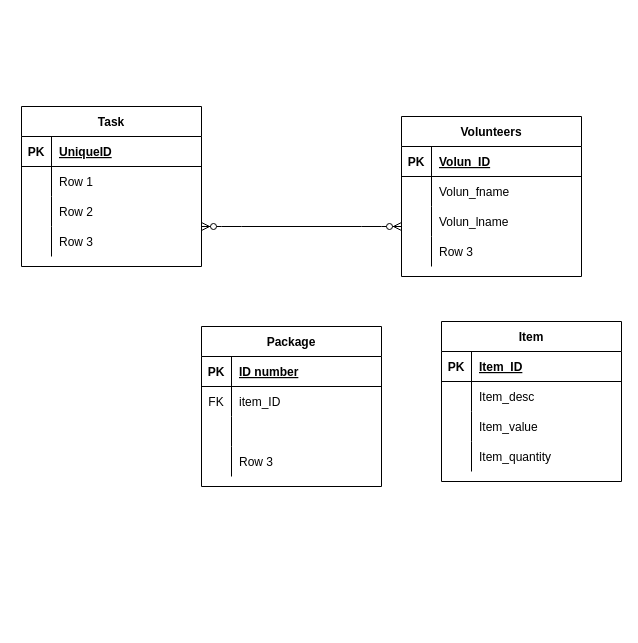
Before: Untitled Diagram.drawio in Tracey1217/Database-ERD-Team-Project, a draw.io diagram. Source tidied: cells renumbered, new cells numbered last; positions are measured from the earlier drawing's top-left corner, leaving out a move shared by most shapes. Both pictures are drawn from the tidied source at 100%, with x=0, y=0 at pixel (21, 106).
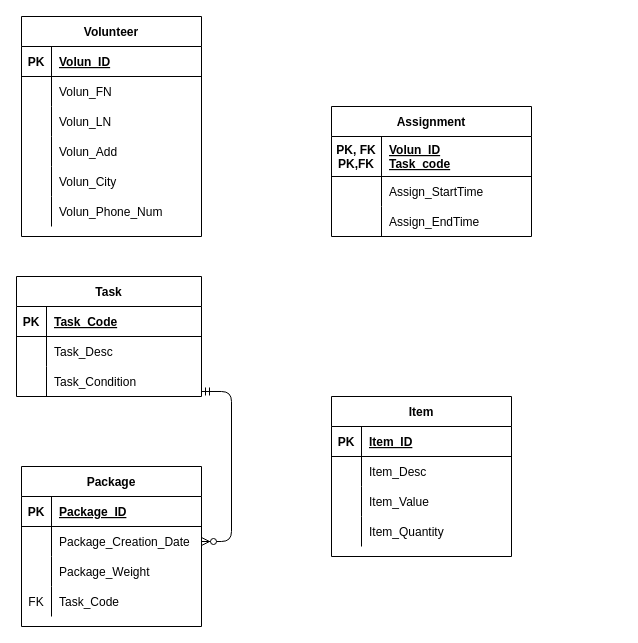
Above is the later version.

The change refers to these unchanged cells:
```xml
<mxCell id="6" style="shape=partialRectangle;fillColor=none;top=0;left=0;bottom=0;right=0;" parent="2" vertex="1">
  <mxGeometry y="60" width="180" height="30" as="geometry" />
</mxCell>
<mxCell id="9" style="shape=partialRectangle;fillColor=none;top=0;left=0;bottom=0;right=0;" parent="2" vertex="1">
  <mxGeometry y="90" width="180" height="30" as="geometry" />
</mxCell>
<mxCell id="12" style="shape=partialRectangle;fillColor=none;top=0;left=0;bottom=0;right=0;" parent="2" vertex="1">
  <mxGeometry y="120" width="180" height="30" as="geometry" />
</mxCell>
<mxCell id="29" style="shape=partialRectangle;fillColor=none;top=0;left=0;bottom=1;right=0;" parent="28" vertex="1">
  <mxGeometry y="30" width="180" height="30" as="geometry" />
</mxCell>
<mxCell id="32" style="shape=partialRectangle;fillColor=none;top=0;left=0;bottom=0;right=0;points=[[0,0.5],[1,0.5]];portConstraint=eastwest;" parent="28" vertex="1">
  <mxGeometry y="60" width="180" height="30" as="geometry" />
</mxCell>
<mxCell id="35" style="shape=partialRectangle;fillColor=none;top=0;left=0;bottom=0;right=0;" parent="28" vertex="1">
  <mxGeometry y="90" width="180" height="30" as="geometry" />
</mxCell>
<mxCell id="38" style="shape=partialRectangle;fillColor=none;top=0;left=0;bottom=0;right=0;" parent="28" vertex="1">
  <mxGeometry y="120" width="180" height="30" as="geometry" />
</mxCell>
<mxCell id="46" style="shape=partialRectangle;fillColor=none;top=0;left=0;bottom=0;right=0;" parent="42" vertex="1">
  <mxGeometry y="60" width="180" height="30" as="geometry" />
</mxCell>
<mxCell id="49" style="shape=partialRectangle;fillColor=none;top=0;left=0;bottom=0;right=0;" parent="42" vertex="1">
  <mxGeometry y="90" width="180" height="30" as="geometry" />
</mxCell>
<mxCell id="52" style="shape=partialRectangle;fillColor=none;top=0;left=0;bottom=0;right=0;" parent="42" vertex="1">
  <mxGeometry y="120" width="180" height="30" as="geometry" />
</mxCell>
```

Change to the diagram source:
```diff
@@
-    <mxCell id="2" value="Volunteers" style="shape=table;startSize=30;childLayout=tableLayout;rowLines=0;fontStyle=1;align=center;" parent="1" vertex="1">
-      <mxGeometry x="380" y="10" width="180" height="160" as="geometry" />
+    <mxCell id="2" value="Volunteer" style="shape=table;startSize=30;childLayout=tableLayout;rowLines=0;fontStyle=1;align=center;" parent="1" vertex="1">
+      <mxGeometry y="-90" width="180" height="220" as="geometry" />
     </mxCell>
@@
-    <mxCell id="8" value="Volun_fname" style="shape=partialRectangle;fillColor=none;top=0;left=0;bottom=0;right=0;align=left;spacingLeft=6;overflow=hidden;" parent="6" vertex="1">
+    <mxCell id="8" value="Volun_FN" style="shape=partialRectangle;fillColor=none;top=0;left=0;bottom=0;right=0;align=left;spacingLeft=6;overflow=hidden;" parent="6" vertex="1">
       <mxGeometry x="30" width="150" height="30" as="geometry" />
     </mxCell>
@@
-    <mxCell id="11" value="Volun_lname" style="shape=partialRectangle;fillColor=none;top=0;left=0;bottom=0;right=0;align=left;spacingLeft=6;overflow=hidden;" parent="9" vertex="1">
+    <mxCell id="11" value="Volun_LN" style="shape=partialRectangle;fillColor=none;top=0;left=0;bottom=0;right=0;align=left;spacingLeft=6;overflow=hidden;" parent="9" vertex="1">
       <mxGeometry x="30" width="150" height="30" as="geometry" />
     </mxCell>
@@
-    <mxCell id="14" value="Row 3" style="shape=partialRectangle;fillColor=none;top=0;left=0;bottom=0;right=0;align=left;spacingLeft=6;overflow=hidden;" parent="12" vertex="1">
+    <mxCell id="14" value="Volun_Add" style="shape=partialRectangle;fillColor=none;top=0;left=0;bottom=0;right=0;align=left;spacingLeft=6;overflow=hidden;" parent="12" vertex="1">
       <mxGeometry x="30" width="150" height="30" as="geometry" />
     </mxCell>
+    <mxCell id="55" style="shape=partialRectangle;fillColor=none;top=0;left=0;bottom=0;right=0;" parent="2" vertex="1">
+      <mxGeometry y="150" width="180" height="30" as="geometry" />
+    </mxCell>
+    <mxCell id="56" style="shape=partialRectangle;fillColor=none;top=0;left=0;bottom=0;right=0;overflow=hidden;" parent="55" vertex="1">
+      <mxGeometry width="30" height="30" as="geometry" />
+    </mxCell>
+    <mxCell id="57" value="Volun_City" style="shape=partialRectangle;fillColor=none;top=0;left=0;bottom=0;right=0;align=left;spacingLeft=6;overflow=hidden;" parent="55" vertex="1">
+      <mxGeometry x="30" width="150" height="30" as="geometry" />
+    </mxCell>
+    <mxCell id="58" style="shape=partialRectangle;fillColor=none;top=0;left=0;bottom=0;right=0;" parent="2" vertex="1">
+      <mxGeometry y="180" width="180" height="30" as="geometry" />
+    </mxCell>
+    <mxCell id="59" style="shape=partialRectangle;fillColor=none;top=0;left=0;bottom=0;right=0;overflow=hidden;" parent="58" vertex="1">
+      <mxGeometry width="30" height="30" as="geometry" />
+    </mxCell>
+    <mxCell id="60" value="Volun_Phone_Num" style="shape=partialRectangle;fillColor=none;top=0;left=0;bottom=0;right=0;align=left;spacingLeft=6;overflow=hidden;" parent="58" vertex="1">
+      <mxGeometry x="30" width="150" height="30" as="geometry" />
+    </mxCell>
     <mxCell id="15" value="Task" style="shape=table;startSize=30;childLayout=tableLayout;rowLines=0;fontStyle=1;align=center;strokeColor=#000000;" parent="1" vertex="1">
-      <mxGeometry width="180" height="160" as="geometry" />
+      <mxGeometry x="-5" y="170" width="185" height="120" as="geometry" />
     </mxCell>
     <mxCell id="16" style="shape=partialRectangle;fillColor=none;top=0;left=0;bottom=1;right=0;" parent="15" vertex="1">
-      <mxGeometry y="30" width="180" height="30" as="geometry" />
+      <mxGeometry y="30" width="185" height="30" as="geometry" />
     </mxCell>
@@
-    <mxCell id="18" value="UniqueID" style="shape=partialRectangle;fillColor=none;top=0;left=0;bottom=0;right=0;align=left;spacingLeft=6;fontStyle=5;overflow=hidden;" parent="16" vertex="1">
-      <mxGeometry x="30" width="150" height="30" as="geometry" />
+    <mxCell id="18" value="Task_Code" style="shape=partialRectangle;fillColor=none;top=0;left=0;bottom=0;right=0;align=left;spacingLeft=6;fontStyle=5;overflow=hidden;" parent="16" vertex="1">
+      <mxGeometry x="30" width="155" height="30" as="geometry" />
     </mxCell>
     <mxCell id="19" style="shape=partialRectangle;fillColor=none;top=0;left=0;bottom=0;right=0;" parent="15" vertex="1">
-      <mxGeometry y="60" width="180" height="30" as="geometry" />
+      <mxGeometry y="60" width="185" height="30" as="geometry" />
     </mxCell>
@@
-    <mxCell id="21" value="Row 1" style="shape=partialRectangle;fillColor=none;top=0;left=0;bottom=0;right=0;align=left;spacingLeft=6;overflow=hidden;" parent="19" vertex="1">
-      <mxGeometry x="30" width="150" height="30" as="geometry" />
+    <mxCell id="21" value="Task_Desc" style="shape=partialRectangle;fillColor=none;top=0;left=0;bottom=0;right=0;align=left;spacingLeft=6;overflow=hidden;" parent="19" vertex="1">
+      <mxGeometry x="30" width="155" height="30" as="geometry" />
     </mxCell>
-    <mxCell id="22" style="shape=partialRectangle;fillColor=none;top=0;left=0;bottom=0;right=0;" parent="15" vertex="1">
-      <mxGeometry y="90" width="180" height="30" as="geometry" />
-    </mxCell>
-    <mxCell id="23" style="shape=partialRectangle;fillColor=none;top=0;left=0;bottom=0;right=0;overflow=hidden;" parent="22" vertex="1">
-      <mxGeometry width="30" height="30" as="geometry" />
-    </mxCell>
-    <mxCell id="24" value="Row 2" style="shape=partialRectangle;fillColor=none;top=0;left=0;bottom=0;right=0;align=left;spacingLeft=6;overflow=hidden;" parent="22" vertex="1">
-      <mxGeometry x="30" width="150" height="30" as="geometry" />
-    </mxCell>
-    <mxCell id="25" style="shape=partialRectangle;fillColor=none;top=0;left=0;bottom=0;right=0;" parent="15" vertex="1">
-      <mxGeometry y="120" width="180" height="30" as="geometry" />
-    </mxCell>
-    <mxCell id="26" style="shape=partialRectangle;fillColor=none;top=0;left=0;bottom=0;right=0;overflow=hidden;" parent="25" vertex="1">
-      <mxGeometry width="30" height="30" as="geometry" />
-    </mxCell>
-    <mxCell id="27" value="Row 3" style="shape=partialRectangle;fillColor=none;top=0;left=0;bottom=0;right=0;align=left;spacingLeft=6;overflow=hidden;" parent="25" vertex="1">
-      <mxGeometry x="30" width="150" height="30" as="geometry" />
-    </mxCell>
+    <mxCell id="61" style="shape=partialRectangle;fillColor=none;top=0;left=0;bottom=0;right=0;points=[[0,0.5],[1,0.5]];portConstraint=eastwest;" parent="15" vertex="1">
+      <mxGeometry y="90" width="185" height="30" as="geometry" />
+    </mxCell>
+    <mxCell id="62" style="shape=partialRectangle;fillColor=none;top=0;left=0;bottom=0;right=0;overflow=hidden;" parent="61" vertex="1">
+      <mxGeometry width="30" height="30" as="geometry" />
+    </mxCell>
+    <mxCell id="63" value="Task_Condition" style="shape=partialRectangle;fillColor=none;top=0;left=0;bottom=0;right=0;align=left;spacingLeft=6;overflow=hidden;" parent="61" vertex="1">
+      <mxGeometry x="30" width="155" height="30" as="geometry" />
+    </mxCell>
     <mxCell id="28" value="Package" style="shape=table;startSize=30;childLayout=tableLayout;rowLines=0;fontStyle=1;align=center;strokeColor=#000000;" parent="1" vertex="1">
-      <mxGeometry x="180" y="220" width="180" height="160" as="geometry" />
+      <mxGeometry y="360" width="180" height="160" as="geometry" />
     </mxCell>
@@
-    <mxCell id="31" value="ID number" style="shape=partialRectangle;fillColor=none;top=0;left=0;bottom=0;right=0;align=left;spacingLeft=6;fontStyle=5;overflow=hidden;" parent="29" vertex="1">
+    <mxCell id="31" value="Package_ID" style="shape=partialRectangle;fillColor=none;top=0;left=0;bottom=0;right=0;align=left;spacingLeft=6;fontStyle=5;overflow=hidden;" parent="29" vertex="1">
       <mxGeometry x="30" width="150" height="30" as="geometry" />
     </mxCell>
@@
-    <mxCell id="33" value="FK" style="shape=partialRectangle;fillColor=none;top=0;left=0;bottom=0;right=0;overflow=hidden;" parent="32" vertex="1">
+    <mxCell id="33" style="shape=partialRectangle;fillColor=none;top=0;left=0;bottom=0;right=0;overflow=hidden;" parent="32" vertex="1">
       <mxGeometry width="30" height="30" as="geometry" />
     </mxCell>
-    <mxCell id="34" value="item_ID" style="shape=partialRectangle;fillColor=none;top=0;left=0;bottom=0;right=0;align=left;spacingLeft=6;overflow=hidden;" parent="32" vertex="1">
+    <mxCell id="34" value="Package_Creation_Date" style="shape=partialRectangle;fillColor=none;top=0;left=0;bottom=0;right=0;align=left;spacingLeft=6;overflow=hidden;" parent="32" vertex="1">
       <mxGeometry x="30" width="150" height="30" as="geometry" />
     </mxCell>
@@
-    <mxCell id="37" style="shape=partialRectangle;fillColor=none;top=0;left=0;bottom=0;right=0;align=left;spacingLeft=6;overflow=hidden;" parent="35" vertex="1">
+    <mxCell id="37" value="Package_Weight" style="shape=partialRectangle;fillColor=none;top=0;left=0;bottom=0;right=0;align=left;spacingLeft=6;overflow=hidden;" parent="35" vertex="1">
       <mxGeometry x="30" width="150" height="30" as="geometry" />
     </mxCell>
@@
-    <mxCell id="39" style="shape=partialRectangle;fillColor=none;top=0;left=0;bottom=0;right=0;overflow=hidden;" parent="38" vertex="1">
+    <mxCell id="39" value="FK" style="shape=partialRectangle;fillColor=none;top=0;left=0;bottom=0;right=0;overflow=hidden;" parent="38" vertex="1">
       <mxGeometry width="30" height="30" as="geometry" />
     </mxCell>
-    <mxCell id="40" value="Row 3" style="shape=partialRectangle;fillColor=none;top=0;left=0;bottom=0;right=0;align=left;spacingLeft=6;overflow=hidden;" parent="38" vertex="1">
+    <mxCell id="40" value="Task_Code" style="shape=partialRectangle;fillColor=none;top=0;left=0;bottom=0;right=0;align=left;spacingLeft=6;overflow=hidden;" parent="38" vertex="1">
       <mxGeometry x="30" width="150" height="30" as="geometry" />
     </mxCell>
-    <mxCell id="41" style="edgeStyle=entityRelationEdgeStyle;fontSize=12;html=1;endArrow=ERzeroToMany;endFill=1;startArrow=ERzeroToMany;" parent="1" edge="1">
-      <mxGeometry relative="1" as="geometry">
-        <mxPoint x="180" y="120" as="sourcePoint" />
-        <mxPoint x="380" y="120" as="targetPoint" />
-      </mxGeometry>
-    </mxCell>
     <mxCell id="42" value="Item" style="shape=table;startSize=30;childLayout=tableLayout;rowLines=0;fontStyle=1;align=center;strokeColor=#000000;" parent="1" vertex="1">
-      <mxGeometry x="420" y="215" width="180" height="160" as="geometry" />
+      <mxGeometry x="310" y="290" width="180" height="160" as="geometry" />
     </mxCell>
@@
-    <mxCell id="48" value="Item_desc" style="shape=partialRectangle;fillColor=none;top=0;left=0;bottom=0;right=0;align=left;spacingLeft=6;overflow=hidden;" parent="46" vertex="1">
+    <mxCell id="48" value="Item_Desc" style="shape=partialRectangle;fillColor=none;top=0;left=0;bottom=0;right=0;align=left;spacingLeft=6;overflow=hidden;" parent="46" vertex="1">
       <mxGeometry x="30" width="150" height="30" as="geometry" />
     </mxCell>
@@
-    <mxCell id="51" value="Item_value" style="shape=partialRectangle;fillColor=none;top=0;left=0;bottom=0;right=0;align=left;spacingLeft=6;overflow=hidden;" parent="49" vertex="1">
+    <mxCell id="51" value="Item_Value" style="shape=partialRectangle;fillColor=none;top=0;left=0;bottom=0;right=0;align=left;spacingLeft=6;overflow=hidden;" parent="49" vertex="1">
       <mxGeometry x="30" width="150" height="30" as="geometry" />
     </mxCell>
@@
-    <mxCell id="54" value="Item_quantity" style="shape=partialRectangle;fillColor=none;top=0;left=0;bottom=0;right=0;align=left;spacingLeft=6;overflow=hidden;" parent="52" vertex="1">
+    <mxCell id="54" value="Item_Quantity" style="shape=partialRectangle;fillColor=none;top=0;left=0;bottom=0;right=0;align=left;spacingLeft=6;overflow=hidden;" parent="52" vertex="1">
       <mxGeometry x="30" width="150" height="30" as="geometry" />
     </mxCell>
+    <mxCell id="64" style="edgeStyle=entityRelationEdgeStyle;fontSize=12;html=1;endArrow=ERzeroToMany;startArrow=ERmandOne;entryX=1;entryY=0.5;entryDx=0;entryDy=0;exitX=1;exitY=0.833;exitDx=0;exitDy=0;exitPerimeter=0;" parent="1" edge="1" source="61" target="32">
+      <mxGeometry relative="1" as="geometry" />
+    </mxCell>
+    <mxCell id="65" value="Assignment" style="shape=table;startSize=30;childLayout=tableLayout;rowLines=0;fontStyle=1;align=center;" parent="1" vertex="1">
+      <mxGeometry x="310" width="200" height="130" as="geometry" />
+    </mxCell>
+    <mxCell id="66" style="shape=partialRectangle;fillColor=none;top=0;left=0;bottom=1;right=0;" parent="65" vertex="1">
+      <mxGeometry y="30" width="200" height="40" as="geometry" />
+    </mxCell>
+    <mxCell id="67" value="PK, FK&#10;PK,FK" style="shape=partialRectangle;fillColor=none;top=0;left=0;bottom=0;right=0;fontStyle=1;overflow=hidden;" parent="66" vertex="1">
+      <mxGeometry width="50" height="40" as="geometry" />
+    </mxCell>
+    <mxCell id="68" value="Volun_ID&#10;Task_code" style="shape=partialRectangle;fillColor=none;top=0;left=0;bottom=0;right=0;align=left;spacingLeft=6;fontStyle=5;overflow=hidden;" parent="66" vertex="1">
+      <mxGeometry x="50" width="150" height="40" as="geometry" />
+    </mxCell>
+    <mxCell id="69" style="shape=partialRectangle;fillColor=none;top=0;left=0;bottom=0;right=0;" parent="65" vertex="1">
+      <mxGeometry y="70" width="200" height="30" as="geometry" />
+    </mxCell>
+    <mxCell id="70" style="shape=partialRectangle;fillColor=none;top=0;left=0;bottom=0;right=0;overflow=hidden;" parent="69" vertex="1">
+      <mxGeometry width="50" height="30" as="geometry" />
+    </mxCell>
+    <mxCell id="71" value="Assign_StartTime" style="shape=partialRectangle;fillColor=none;top=0;left=0;bottom=0;right=0;align=left;spacingLeft=6;overflow=hidden;" parent="69" vertex="1">
+      <mxGeometry x="50" width="150" height="30" as="geometry" />
+    </mxCell>
+    <mxCell id="72" style="shape=partialRectangle;fillColor=none;top=0;left=0;bottom=0;right=0;" parent="65" vertex="1">
+      <mxGeometry y="100" width="200" height="30" as="geometry" />
+    </mxCell>
+    <mxCell id="73" style="shape=partialRectangle;fillColor=none;top=0;left=0;bottom=0;right=0;overflow=hidden;" parent="72" vertex="1">
+      <mxGeometry width="50" height="30" as="geometry" />
+    </mxCell>
+    <mxCell id="74" value="Assign_EndTime" style="shape=partialRectangle;fillColor=none;top=0;left=0;bottom=0;right=0;align=left;spacingLeft=6;overflow=hidden;" parent="72" vertex="1">
+      <mxGeometry x="50" width="150" height="30" as="geometry" />
+    </mxCell>
```
